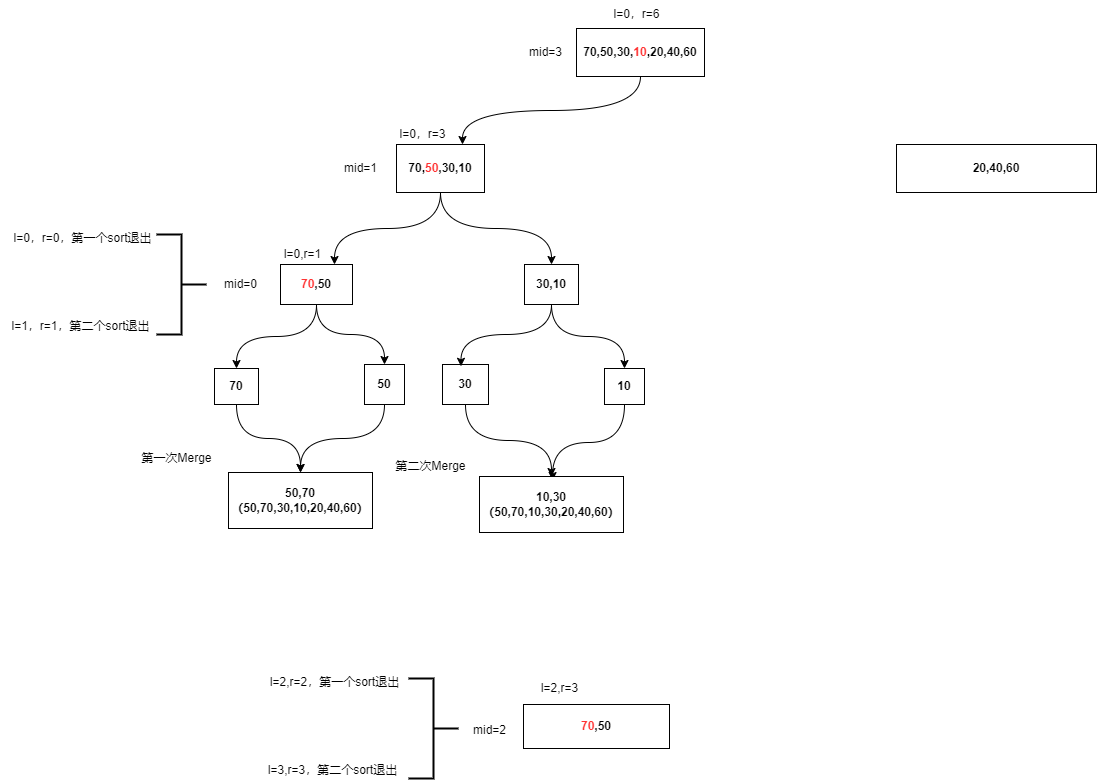
This is AlgorithmsAndDataStructures/归并算法.drawio.png from wjb0823/drawio, a draw.io export, as it was before one commit. Source tidied: cells renumbered, new cells last; positions are measured from the earlier drawing's top-left corner, leaving out a move shared by most shapes.
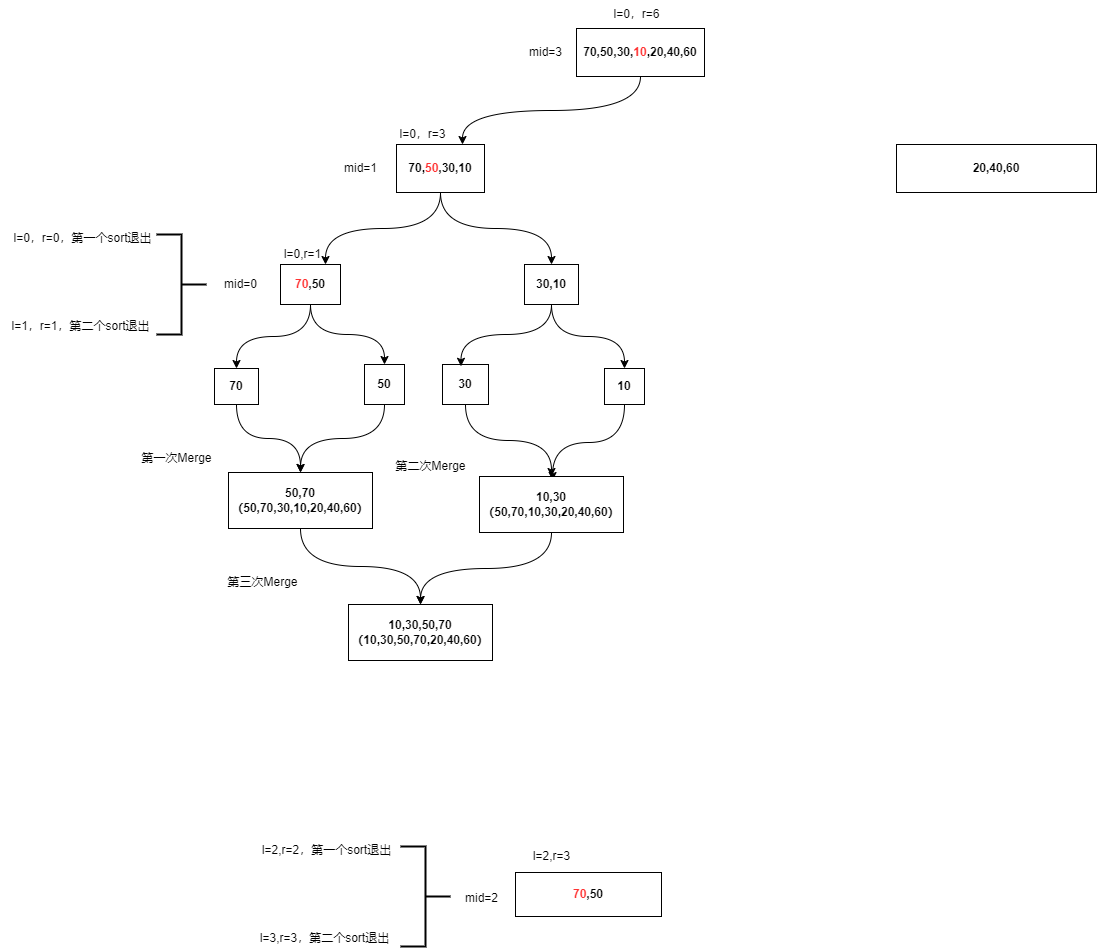
After the change.

Commit message:
更新归并算法.drawio.png

Change to the diagram source:
```diff
@@ -27,7 +27,7 @@
       <mxGeometry relative="1" as="geometry" />
     </mxCell>
     <mxCell id="10" value="&lt;b&gt;&lt;font color=&quot;#ff3333&quot;&gt;70&lt;/font&gt;,50&lt;/b&gt;" style="rounded=0;whiteSpace=wrap;html=1;" parent="1" vertex="1">
-      <mxGeometry x="280" y="264" width="72" height="40" as="geometry" />
+      <mxGeometry x="280" y="264" width="60" height="40" as="geometry" />
     </mxCell>
     <mxCell id="11" value="l=0，r=6" style="text;html=1;align=center;verticalAlign=middle;strokeColor=none;fillColor=none;" parent="1" vertex="1">
       <mxGeometry x="602" width="68" height="28" as="geometry" />
@@ -48,13 +48,13 @@
       <mxGeometry x="212" y="270" width="56" height="28" as="geometry" />
     </mxCell>
     <mxCell id="17" style="strokeWidth=2;html=1;shape=mxgraph.flowchart.annotation_2;align=left;labelPosition=right;rotation=-180;" parent="1" vertex="1">
-      <mxGeometry x="408" y="678" width="50" height="100" as="geometry" />
+      <mxGeometry x="400" y="846" width="50" height="100" as="geometry" />
     </mxCell>
     <mxCell id="18" value="l=2,r=2，第一个sort退出" style="text;html=1;align=center;verticalAlign=middle;strokeColor=none;fillColor=none;" parent="1" vertex="1">
-      <mxGeometry x="258" y="668" width="152" height="28" as="geometry" />
+      <mxGeometry x="250" y="836" width="152" height="28" as="geometry" />
     </mxCell>
     <mxCell id="19" value="l=3,r=3，第二个sort退出" style="text;html=1;align=center;verticalAlign=middle;strokeColor=none;fillColor=none;" parent="1" vertex="1">
-      <mxGeometry x="256" y="756" width="152" height="28" as="geometry" />
+      <mxGeometry x="248" y="924" width="152" height="28" as="geometry" />
     </mxCell>
     <mxCell id="20" style="edgeStyle=orthogonalEdgeStyle;rounded=0;jettySize=auto;html=1;entryX=0.5;entryY=0;entryDx=0;entryDy=0;curved=1;" parent="1" edge="1" source="21" target="24">
       <mxGeometry relative="1" as="geometry" />
@@ -70,6 +70,9 @@
     <mxCell id="23" value="&lt;b style=&quot;&quot;&gt;50&lt;/b&gt;" style="rounded=0;whiteSpace=wrap;html=1;" parent="1" vertex="1">
       <mxGeometry x="364" y="364" width="40" height="40" as="geometry" />
     </mxCell>
+    <mxCell id="41" style="edgeStyle=orthogonalEdgeStyle;rounded=0;jettySize=auto;html=1;exitX=0.5;exitY=1;exitDx=0;exitDy=0;entryX=0.5;entryY=0;entryDx=0;entryDy=0;curved=1;" parent="1" edge="1" source="24" target="43">
+      <mxGeometry relative="1" as="geometry" />
+    </mxCell>
     <mxCell id="24" value="&lt;b style=&quot;&quot;&gt;50,70&lt;br&gt;&lt;/b&gt;&lt;b style=&quot;border-color: var(--border-color);&quot;&gt;（50,70,30,&lt;font style=&quot;border-color: var(--border-color);&quot;&gt;10&lt;/font&gt;,20,40,60）&lt;/b&gt;&lt;b style=&quot;&quot;&gt;&lt;br&gt;&lt;/b&gt;" style="rounded=0;whiteSpace=wrap;html=1;" parent="1" vertex="1">
       <mxGeometry x="228" y="472" width="144" height="56" as="geometry" />
     </mxCell>
@@ -77,13 +80,13 @@
       <mxGeometry x="130" y="444" width="92" height="28" as="geometry" />
     </mxCell>
     <mxCell id="26" value="&lt;b&gt;&lt;font color=&quot;#ff3333&quot;&gt;70&lt;/font&gt;,50&lt;/b&gt;" style="rounded=0;whiteSpace=wrap;html=1;" parent="1" vertex="1">
-      <mxGeometry x="523" y="704" width="146" height="44" as="geometry" />
+      <mxGeometry x="515" y="872" width="146" height="44" as="geometry" />
     </mxCell>
     <mxCell id="27" value="l=2,r=3" style="text;html=1;align=center;verticalAlign=middle;strokeColor=none;fillColor=none;" parent="1" vertex="1">
-      <mxGeometry x="529" y="674" width="60" height="28" as="geometry" />
+      <mxGeometry x="521" y="842" width="60" height="28" as="geometry" />
     </mxCell>
     <mxCell id="28" value="mid=2" style="text;html=1;align=center;verticalAlign=middle;strokeColor=none;fillColor=none;" parent="1" vertex="1">
-      <mxGeometry x="461" y="716" width="56" height="28" as="geometry" />
+      <mxGeometry x="453" y="884" width="56" height="28" as="geometry" />
     </mxCell>
     <mxCell id="29" style="edgeStyle=orthogonalEdgeStyle;rounded=0;jettySize=auto;html=1;exitX=0.5;exitY=1;exitDx=0;exitDy=0;entryX=0.5;entryY=0;entryDx=0;entryDy=0;curved=1;" parent="1" edge="1" source="30" target="34">
       <mxGeometry relative="1" as="geometry" />
@@ -108,6 +111,11 @@
     <mxCell id="35" style="edgeStyle=orthogonalEdgeStyle;rounded=0;jettySize=auto;html=1;exitX=0.5;exitY=1;exitDx=0;exitDy=0;entryX=0.402;entryY=0.045;entryDx=0;entryDy=0;entryPerimeter=0;curved=1;" parent="1" edge="1" source="30" target="32">
       <mxGeometry relative="1" as="geometry" />
     </mxCell>
+    <mxCell id="42" style="edgeStyle=orthogonalEdgeStyle;rounded=0;jettySize=auto;html=1;exitX=0.5;exitY=1;exitDx=0;exitDy=0;curved=1;" parent="1" edge="1" source="36">
+      <mxGeometry relative="1" as="geometry">
+        <mxPoint x="420" y="604" as="targetPoint" />
+      </mxGeometry>
+    </mxCell>
     <mxCell id="36" value="&lt;b style=&quot;&quot;&gt;10,30&lt;br&gt;&lt;/b&gt;&lt;b style=&quot;border-color: var(--border-color);&quot;&gt;（50,70,10,3&lt;font style=&quot;border-color: var(--border-color);&quot;&gt;0&lt;/font&gt;,20,40,60）&lt;/b&gt;&lt;b style=&quot;&quot;&gt;&lt;br&gt;&lt;/b&gt;" style="rounded=0;whiteSpace=wrap;html=1;" parent="1" vertex="1">
       <mxGeometry x="479" y="476" width="144" height="56" as="geometry" />
     </mxCell>
@@ -123,5 +131,11 @@
     <mxCell id="40" value="l=1，r=1，第二个sort退出" style="text;html=1;align=center;verticalAlign=middle;strokeColor=none;fillColor=none;" parent="1" vertex="1">
       <mxGeometry y="312" width="160" height="28" as="geometry" />
     </mxCell>
+    <mxCell id="43" value="&lt;b style=&quot;&quot;&gt;10,30,50,70&lt;br&gt;&lt;/b&gt;&lt;b style=&quot;border-color: var(--border-color);&quot;&gt;（10,30,50,70,20,40,60）&lt;/b&gt;&lt;b style=&quot;&quot;&gt;&lt;br&gt;&lt;/b&gt;" style="rounded=0;whiteSpace=wrap;html=1;" parent="1" vertex="1">
+      <mxGeometry x="348" y="604" width="144" height="56" as="geometry" />
+    </mxCell>
+    <mxCell id="44" value="第三次Merge" style="text;html=1;align=center;verticalAlign=middle;strokeColor=none;fillColor=none;" parent="1" vertex="1">
+      <mxGeometry x="216" y="568" width="92" height="28" as="geometry" />
+    </mxCell>
   </root>
 </mxGraphModel>
```
